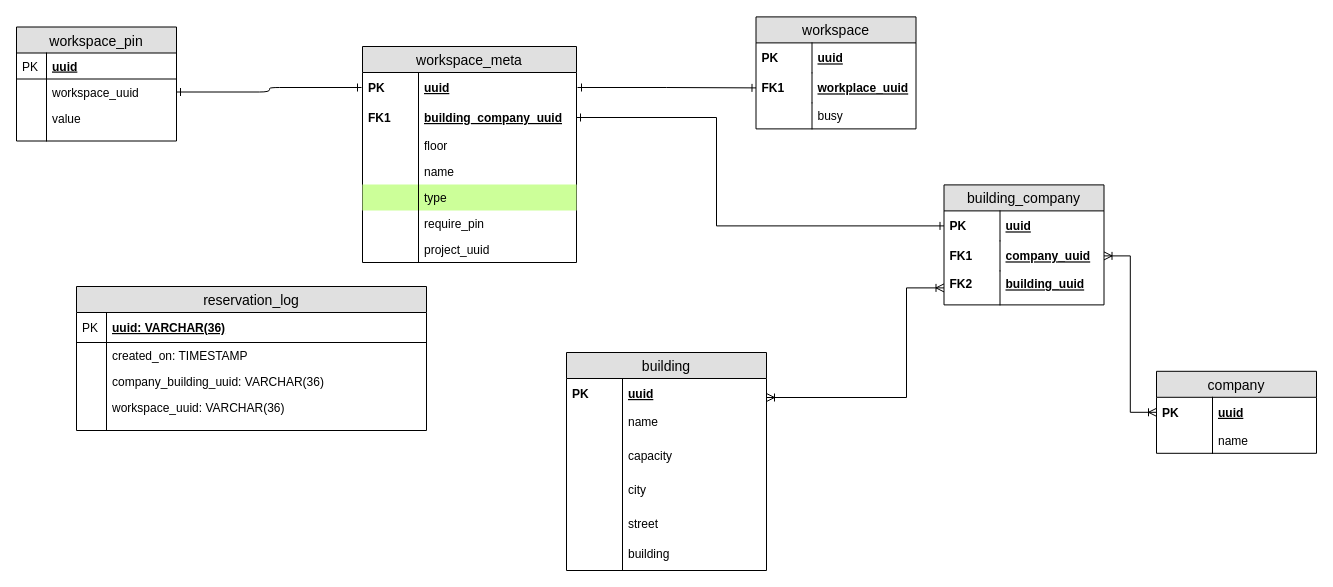
Earlier version of the draw.io diagram workplace-reservation-service-erd.drawio (Hunkizzz/project-zebra-diagrams). Source tidied: cells renumbered, new cells numbered last; positions are measured from the earlier drawing's top-left corner, leaving out a move shared by most shapes. Both pictures are drawn from the tidied source at 100%, with x=0, y=0 at pixel (16, 16).
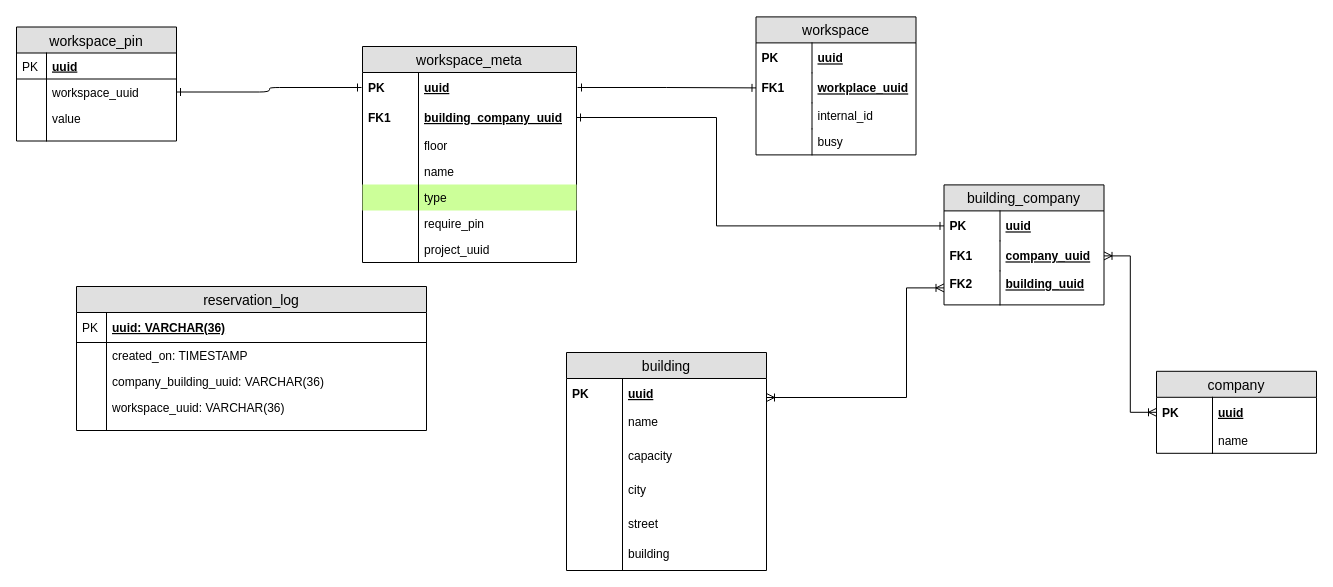
The same page after the edit.

What changed in the source:
```diff
@@
     <mxCell id="7" value="workspace" style="swimlane;fontStyle=0;horizontal=1;startSize=26;fillColor=#e0e0e0;swimlaneFillColor=#ffffff;align=center;fontSize=14;" parent="1" vertex="1">
-      <mxGeometry x="739.5" y="0.4" width="160" height="112" as="geometry" />
+      <mxGeometry x="739.5" y="0.4" width="160" height="138" as="geometry" />
     </mxCell>
@@
+    <mxCell id="74" value="internal_id" style="shape=partialRectangle;top=0;left=0;right=0;bottom=0;align=left;verticalAlign=top;fillColor=none;spacingLeft=60;spacingRight=4;overflow=hidden;fontSize=12;" parent="7" vertex="1">
+      <mxGeometry y="86" width="160" height="26" as="geometry" />
+    </mxCell>
+    <mxCell id="75" style="shape=partialRectangle;top=0;left=0;bottom=0;fillColor=none;align=left;verticalAlign=top;spacingLeft=4;spacingRight=4;overflow=hidden;fontSize=12;" parent="74" vertex="1">
+      <mxGeometry width="56" height="26" as="geometry" />
+    </mxCell>
     <mxCell id="12" value="busy" style="shape=partialRectangle;top=0;left=0;right=0;bottom=0;align=left;verticalAlign=top;fillColor=none;spacingLeft=60;spacingRight=4;overflow=hidden;fontSize=12;" parent="7" vertex="1">
-      <mxGeometry y="86" width="160" height="26" as="geometry" />
+      <mxGeometry y="112" width="160" height="26" as="geometry" />
     </mxCell>
```
